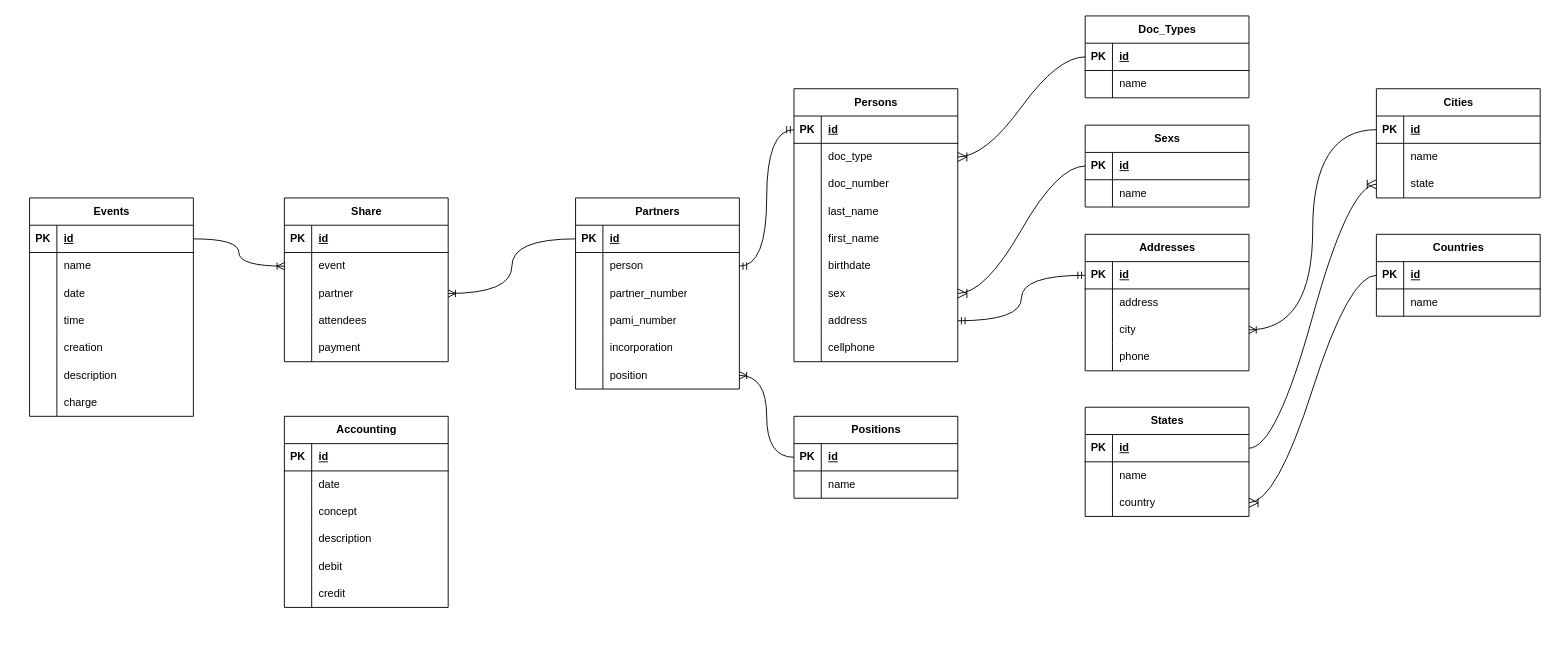
The draw.io diagram System/Database/SmallBusinessManagementSystem.drawio in aecordoba/SmallBusinessManagementSystem, before the edit. Source tidied: cells renumbered, new cells numbered last; positions are measured from the earlier drawing's top-left corner, leaving out a move shared by most shapes. Both pictures are drawn from the tidied source at 91%, with x=0, y=0 at pixel (29, 15).
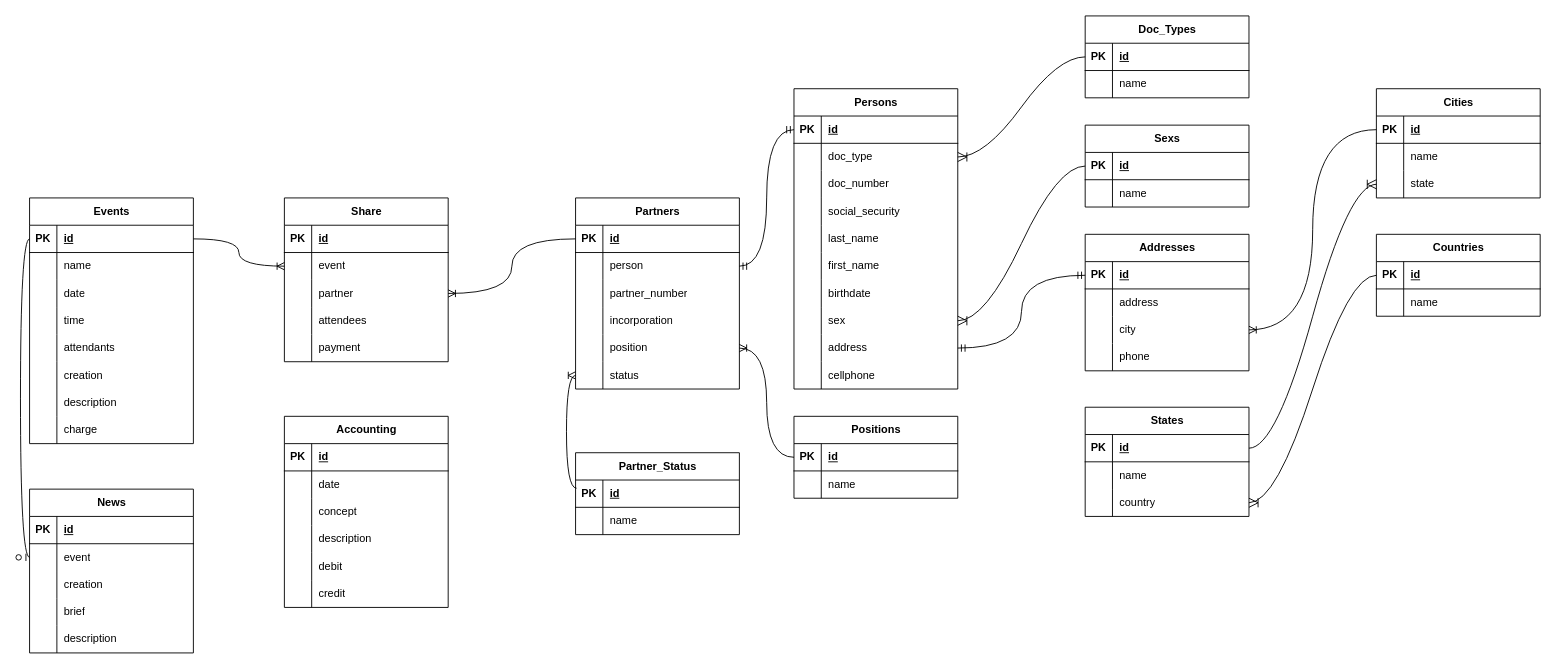
The same page after the edit.

The change refers to these unchanged cells:
```xml
<mxCell id="82" value="Partners" style="shape=table;startSize=30;childLayout=tableLayout;rowLines=0;fontStyle=1;align=center;html=1;" parent="1" vertex="1">
  <mxGeometry x="600" y="200" width="180" height="210" as="geometry" />
</mxCell>
<mxCell id="119" style="shape=tableRow;horizontal=0;startSize=0;swimlaneHead=0;swimlaneBody=0;fillColor=none;points=[[0,0.5],[1,0.5]];portConstraint=eastwest;top=0;left=0;right=0;bottom=1;" parent="118" vertex="1">
  <mxGeometry y="30" width="180" height="30" as="geometry" />
</mxCell>
```

The edit, as a diff of the source:
```diff
@@
     <mxCell id="2" value="Persons" style="shape=table;startSize=30;childLayout=tableLayout;rowLines=0;fontStyle=1;align=center;html=1;" parent="1" vertex="1">
-      <mxGeometry x="840" y="80" width="180" height="300" as="geometry" />
+      <mxGeometry x="840" y="80" width="180" height="330" as="geometry" />
     </mxCell>
@@
+    <mxCell id="177" style="shape=tableRow;horizontal=0;startSize=0;swimlaneHead=0;swimlaneBody=0;fillColor=none;top=0;left=0;right=0;bottom=0;" parent="2" vertex="1">
+      <mxGeometry y="120" width="180" height="30" as="geometry" />
+    </mxCell>
+    <mxCell id="178" style="shape=partialRectangle;fillColor=none;top=0;left=0;bottom=0;right=0;overflow=hidden;whiteSpace=wrap;html=1;" parent="177" vertex="1">
+      <mxGeometry width="30" height="30" as="geometry" />
+    </mxCell>
+    <mxCell id="179" value="social_security" style="shape=partialRectangle;fillColor=none;top=0;left=0;bottom=0;right=0;align=left;spacingLeft=6;overflow=hidden;whiteSpace=wrap;html=1;" parent="177" vertex="1">
+      <mxGeometry x="30" width="150" height="30" as="geometry" />
+    </mxCell>
     <mxCell id="12" style="shape=tableRow;horizontal=0;startSize=0;swimlaneHead=0;swimlaneBody=0;fillColor=none;top=0;left=0;right=0;bottom=0;" parent="2" vertex="1">
-      <mxGeometry y="120" width="180" height="30" as="geometry" />
+      <mxGeometry y="150" width="180" height="30" as="geometry" />
     </mxCell>
@@
     <mxCell id="15" style="shape=tableRow;horizontal=0;startSize=0;swimlaneHead=0;swimlaneBody=0;fillColor=none;top=0;left=0;right=0;bottom=0;" parent="2" vertex="1">
-      <mxGeometry y="150" width="180" height="30" as="geometry" />
+      <mxGeometry y="180" width="180" height="30" as="geometry" />
     </mxCell>
@@
     <mxCell id="18" style="shape=tableRow;horizontal=0;startSize=0;swimlaneHead=0;swimlaneBody=0;fillColor=none;top=0;left=0;right=0;bottom=0;" parent="2" vertex="1">
-      <mxGeometry y="180" width="180" height="30" as="geometry" />
+      <mxGeometry y="210" width="180" height="30" as="geometry" />
     </mxCell>
@@
     <mxCell id="21" style="shape=tableRow;horizontal=0;startSize=0;swimlaneHead=0;swimlaneBody=0;fillColor=none;points=[[0,0.5],[1,0.5]];portConstraint=eastwest;top=0;left=0;right=0;bottom=0;" parent="2" vertex="1">
-      <mxGeometry y="210" width="180" height="30" as="geometry" />
+      <mxGeometry y="240" width="180" height="30" as="geometry" />
     </mxCell>
@@
     <mxCell id="24" style="shape=tableRow;horizontal=0;startSize=0;swimlaneHead=0;swimlaneBody=0;fillColor=none;points=[[0,0.5],[1,0.5]];portConstraint=eastwest;top=0;left=0;right=0;bottom=0;" parent="2" vertex="1">
-      <mxGeometry y="240" width="180" height="30" as="geometry" />
+      <mxGeometry y="270" width="180" height="30" as="geometry" />
     </mxCell>
@@
     <mxCell id="27" style="shape=tableRow;horizontal=0;startSize=0;swimlaneHead=0;swimlaneBody=0;fillColor=none;top=0;left=0;right=0;bottom=0;" parent="2" vertex="1">
-      <mxGeometry y="270" width="180" height="30" as="geometry" />
+      <mxGeometry y="300" width="180" height="30" as="geometry" />
     </mxCell>
@@
-    <mxCell id="92" style="shape=tableRow;horizontal=0;startSize=0;swimlaneHead=0;swimlaneBody=0;fillColor=none;top=0;left=0;right=0;bottom=0;" parent="82" vertex="1">
-      <mxGeometry y="120" width="180" height="30" as="geometry" />
-    </mxCell>
-    <mxCell id="93" style="shape=partialRectangle;fillColor=none;top=0;left=0;bottom=0;right=0;overflow=hidden;whiteSpace=wrap;html=1;" parent="92" vertex="1">
-      <mxGeometry width="30" height="30" as="geometry" />
-    </mxCell>
-    <mxCell id="94" value="pami_number" style="shape=partialRectangle;fillColor=none;top=0;left=0;bottom=0;right=0;align=left;spacingLeft=6;overflow=hidden;whiteSpace=wrap;html=1;" parent="92" vertex="1">
-      <mxGeometry x="30" width="150" height="30" as="geometry" />
-    </mxCell>
     <mxCell id="95" style="shape=tableRow;horizontal=0;startSize=0;swimlaneHead=0;swimlaneBody=0;fillColor=none;top=0;left=0;right=0;bottom=0;" parent="82" vertex="1">
-      <mxGeometry y="150" width="180" height="30" as="geometry" />
+      <mxGeometry y="120" width="180" height="30" as="geometry" />
     </mxCell>
@@
     <mxCell id="98" style="shape=tableRow;horizontal=0;startSize=0;swimlaneHead=0;swimlaneBody=0;fillColor=none;points=[[0,0.5],[1,0.5]];portConstraint=eastwest;top=0;left=0;right=0;bottom=0;" parent="82" vertex="1">
-      <mxGeometry y="180" width="180" height="30" as="geometry" />
+      <mxGeometry y="150" width="180" height="30" as="geometry" />
     </mxCell>
@@
+    <mxCell id="180" style="shape=tableRow;horizontal=0;startSize=0;swimlaneHead=0;swimlaneBody=0;fillColor=none;points=[[0,0.5],[1,0.5]];portConstraint=eastwest;top=0;left=0;right=0;bottom=0;" parent="82" vertex="1">
+      <mxGeometry y="180" width="180" height="30" as="geometry" />
+    </mxCell>
+    <mxCell id="181" style="shape=partialRectangle;fillColor=none;top=0;left=0;bottom=0;right=0;overflow=hidden;whiteSpace=wrap;html=1;" parent="180" vertex="1">
+      <mxGeometry width="30" height="30" as="geometry" />
+    </mxCell>
+    <mxCell id="182" value="status" style="shape=partialRectangle;fillColor=none;top=0;left=0;bottom=0;right=0;align=left;spacingLeft=6;overflow=hidden;whiteSpace=wrap;html=1;" parent="180" vertex="1">
+      <mxGeometry x="30" width="150" height="30" as="geometry" />
+    </mxCell>
@@
     <mxCell id="118" value="Events" style="shape=table;startSize=30;childLayout=tableLayout;rowLines=0;fontStyle=1;align=center;html=1;" parent="1" vertex="1">
-      <mxGeometry y="200" width="180" height="240" as="geometry" />
+      <mxGeometry y="200" width="180" height="270" as="geometry" />
     </mxCell>
@@
+    <mxCell id="183" style="shape=tableRow;horizontal=0;startSize=0;swimlaneHead=0;swimlaneBody=0;fillColor=none;top=0;left=0;right=0;bottom=0;" parent="118" vertex="1">
+      <mxGeometry y="150" width="180" height="30" as="geometry" />
+    </mxCell>
+    <mxCell id="184" style="shape=partialRectangle;fillColor=none;top=0;left=0;bottom=0;right=0;overflow=hidden;whiteSpace=wrap;html=1;" parent="183" vertex="1">
+      <mxGeometry width="30" height="30" as="geometry" />
+    </mxCell>
+    <mxCell id="185" value="attendants" style="shape=partialRectangle;fillColor=none;top=0;left=0;bottom=0;right=0;align=left;spacingLeft=6;overflow=hidden;whiteSpace=wrap;html=1;" parent="183" vertex="1">
+      <mxGeometry x="30" width="150" height="30" as="geometry" />
+    </mxCell>
     <mxCell id="131" style="shape=tableRow;horizontal=0;startSize=0;swimlaneHead=0;swimlaneBody=0;fillColor=none;top=0;left=0;right=0;bottom=0;" parent="118" vertex="1">
-      <mxGeometry y="150" width="180" height="30" as="geometry" />
+      <mxGeometry y="180" width="180" height="30" as="geometry" />
     </mxCell>
@@
     <mxCell id="134" style="shape=tableRow;horizontal=0;startSize=0;swimlaneHead=0;swimlaneBody=0;fillColor=none;top=0;left=0;right=0;bottom=0;" parent="118" vertex="1">
-      <mxGeometry y="180" width="180" height="30" as="geometry" />
+      <mxGeometry y="210" width="180" height="30" as="geometry" />
     </mxCell>
@@
     <mxCell id="137" style="shape=tableRow;horizontal=0;startSize=0;swimlaneHead=0;swimlaneBody=0;fillColor=none;top=0;left=0;right=0;bottom=0;" parent="118" vertex="1">
-      <mxGeometry y="210" width="180" height="30" as="geometry" />
+      <mxGeometry y="240" width="180" height="30" as="geometry" />
     </mxCell>
@@
+    <mxCell id="186" value="Partner_Status" style="shape=table;startSize=30;childLayout=tableLayout;rowLines=0;fontStyle=1;align=center;html=1;" parent="1" vertex="1">
+      <mxGeometry x="600" y="480" width="180" height="90" as="geometry" />
+    </mxCell>
+    <mxCell id="187" style="shape=tableRow;horizontal=0;startSize=0;swimlaneHead=0;swimlaneBody=0;fillColor=none;points=[[0,0.5],[1,0.5]];portConstraint=eastwest;top=0;left=0;right=0;bottom=1;" parent="186" vertex="1">
+      <mxGeometry y="30" width="180" height="30" as="geometry" />
+    </mxCell>
+    <mxCell id="188" value="PK" style="shape=partialRectangle;fillColor=none;top=0;left=0;bottom=0;right=0;fontStyle=1;overflow=hidden;whiteSpace=wrap;html=1;" parent="187" vertex="1">
+      <mxGeometry width="30" height="30" as="geometry" />
+    </mxCell>
+    <mxCell id="189" value="id" style="shape=partialRectangle;fillColor=none;top=0;left=0;bottom=0;right=0;align=left;spacingLeft=6;fontStyle=5;overflow=hidden;whiteSpace=wrap;html=1;" parent="187" vertex="1">
+      <mxGeometry x="30" width="150" height="30" as="geometry" />
+    </mxCell>
+    <mxCell id="190" style="shape=tableRow;horizontal=0;startSize=0;swimlaneHead=0;swimlaneBody=0;fillColor=none;top=0;left=0;right=0;bottom=0;" parent="186" vertex="1">
+      <mxGeometry y="60" width="180" height="30" as="geometry" />
+    </mxCell>
+    <mxCell id="191" style="shape=partialRectangle;fillColor=none;top=0;left=0;bottom=0;right=0;overflow=hidden;whiteSpace=wrap;html=1;" parent="190" vertex="1">
+      <mxGeometry width="30" height="30" as="geometry" />
+    </mxCell>
+    <mxCell id="192" value="name" style="shape=partialRectangle;fillColor=none;top=0;left=0;bottom=0;right=0;align=left;spacingLeft=6;overflow=hidden;whiteSpace=wrap;html=1;" parent="190" vertex="1">
+      <mxGeometry x="30" width="150" height="30" as="geometry" />
+    </mxCell>
+    <mxCell id="193" style="edgeStyle=orthogonalEdgeStyle;fontSize=12;html=1;endArrow=ERoneToMany;rounded=0;entryX=0;entryY=0.5;entryDx=0;entryDy=0;exitX=0.006;exitY=0.3;exitDx=0;exitDy=0;exitPerimeter=0;curved=1;" parent="1" edge="1" source="187" target="180">
+      <mxGeometry relative="1" as="geometry" />
+    </mxCell>
+    <mxCell id="194" value="News" style="shape=table;startSize=30;childLayout=tableLayout;rowLines=0;fontStyle=1;align=center;html=1;" parent="1" vertex="1">
+      <mxGeometry y="520" width="180" height="180" as="geometry" />
+    </mxCell>
+    <mxCell id="195" style="shape=tableRow;horizontal=0;startSize=0;swimlaneHead=0;swimlaneBody=0;fillColor=none;top=0;left=0;right=0;bottom=1;" parent="194" vertex="1">
+      <mxGeometry y="30" width="180" height="30" as="geometry" />
+    </mxCell>
+    <mxCell id="196" value="PK" style="shape=partialRectangle;fillColor=none;top=0;left=0;bottom=0;right=0;fontStyle=1;overflow=hidden;whiteSpace=wrap;html=1;" parent="195" vertex="1">
+      <mxGeometry width="30" height="30" as="geometry" />
+    </mxCell>
+    <mxCell id="197" value="id" style="shape=partialRectangle;fillColor=none;top=0;left=0;bottom=0;right=0;align=left;spacingLeft=6;fontStyle=5;overflow=hidden;whiteSpace=wrap;html=1;" parent="195" vertex="1">
+      <mxGeometry x="30" width="150" height="30" as="geometry" />
+    </mxCell>
+    <mxCell id="198" style="shape=tableRow;horizontal=0;startSize=0;swimlaneHead=0;swimlaneBody=0;fillColor=none;points=[[0,0.5],[1,0.5]];portConstraint=eastwest;top=0;left=0;right=0;bottom=0;" parent="194" vertex="1">
+      <mxGeometry y="60" width="180" height="30" as="geometry" />
+    </mxCell>
+    <mxCell id="199" style="shape=partialRectangle;fillColor=none;top=0;left=0;bottom=0;right=0;overflow=hidden;whiteSpace=wrap;html=1;" parent="198" vertex="1">
+      <mxGeometry width="30" height="30" as="geometry" />
+    </mxCell>
+    <mxCell id="200" value="event" style="shape=partialRectangle;fillColor=none;top=0;left=0;bottom=0;right=0;align=left;spacingLeft=6;overflow=hidden;whiteSpace=wrap;html=1;" parent="198" vertex="1">
+      <mxGeometry x="30" width="150" height="30" as="geometry" />
+    </mxCell>
+    <mxCell id="201" style="shape=tableRow;horizontal=0;startSize=0;swimlaneHead=0;swimlaneBody=0;fillColor=none;top=0;left=0;right=0;bottom=0;" parent="194" vertex="1">
+      <mxGeometry y="90" width="180" height="30" as="geometry" />
+    </mxCell>
+    <mxCell id="202" style="shape=partialRectangle;fillColor=none;top=0;left=0;bottom=0;right=0;overflow=hidden;whiteSpace=wrap;html=1;" parent="201" vertex="1">
+      <mxGeometry width="30" height="30" as="geometry" />
+    </mxCell>
+    <mxCell id="203" value="&lt;div&gt;creation&lt;/div&gt;" style="shape=partialRectangle;fillColor=none;top=0;left=0;bottom=0;right=0;align=left;spacingLeft=6;overflow=hidden;whiteSpace=wrap;html=1;" parent="201" vertex="1">
+      <mxGeometry x="30" width="150" height="30" as="geometry" />
+    </mxCell>
+    <mxCell id="204" style="shape=tableRow;horizontal=0;startSize=0;swimlaneHead=0;swimlaneBody=0;fillColor=none;top=0;left=0;right=0;bottom=0;" parent="194" vertex="1">
+      <mxGeometry y="120" width="180" height="30" as="geometry" />
+    </mxCell>
+    <mxCell id="205" style="shape=partialRectangle;fillColor=none;top=0;left=0;bottom=0;right=0;overflow=hidden;whiteSpace=wrap;html=1;" parent="204" vertex="1">
+      <mxGeometry width="30" height="30" as="geometry" />
+    </mxCell>
+    <mxCell id="206" value="brief" style="shape=partialRectangle;fillColor=none;top=0;left=0;bottom=0;right=0;align=left;spacingLeft=6;overflow=hidden;whiteSpace=wrap;html=1;" parent="204" vertex="1">
+      <mxGeometry x="30" width="150" height="30" as="geometry" />
+    </mxCell>
+    <mxCell id="207" style="shape=tableRow;horizontal=0;startSize=0;swimlaneHead=0;swimlaneBody=0;fillColor=none;top=0;left=0;right=0;bottom=0;" parent="194" vertex="1">
+      <mxGeometry y="150" width="180" height="30" as="geometry" />
+    </mxCell>
+    <mxCell id="208" style="shape=partialRectangle;fillColor=none;top=0;left=0;bottom=0;right=0;overflow=hidden;whiteSpace=wrap;html=1;" parent="207" vertex="1">
+      <mxGeometry width="30" height="30" as="geometry" />
+    </mxCell>
+    <mxCell id="209" value="description" style="shape=partialRectangle;fillColor=none;top=0;left=0;bottom=0;right=0;align=left;spacingLeft=6;overflow=hidden;whiteSpace=wrap;html=1;" parent="207" vertex="1">
+      <mxGeometry x="30" width="150" height="30" as="geometry" />
+    </mxCell>
+    <mxCell id="210" style="edgeStyle=orthogonalEdgeStyle;fontSize=12;html=1;endArrow=ERzeroToOne;endFill=1;rounded=0;exitX=0;exitY=0.5;exitDx=0;exitDy=0;entryX=0;entryY=0.5;entryDx=0;entryDy=0;curved=1;" parent="1" edge="1" source="119" target="198">
+      <mxGeometry relative="1" as="geometry" />
+    </mxCell>
```
